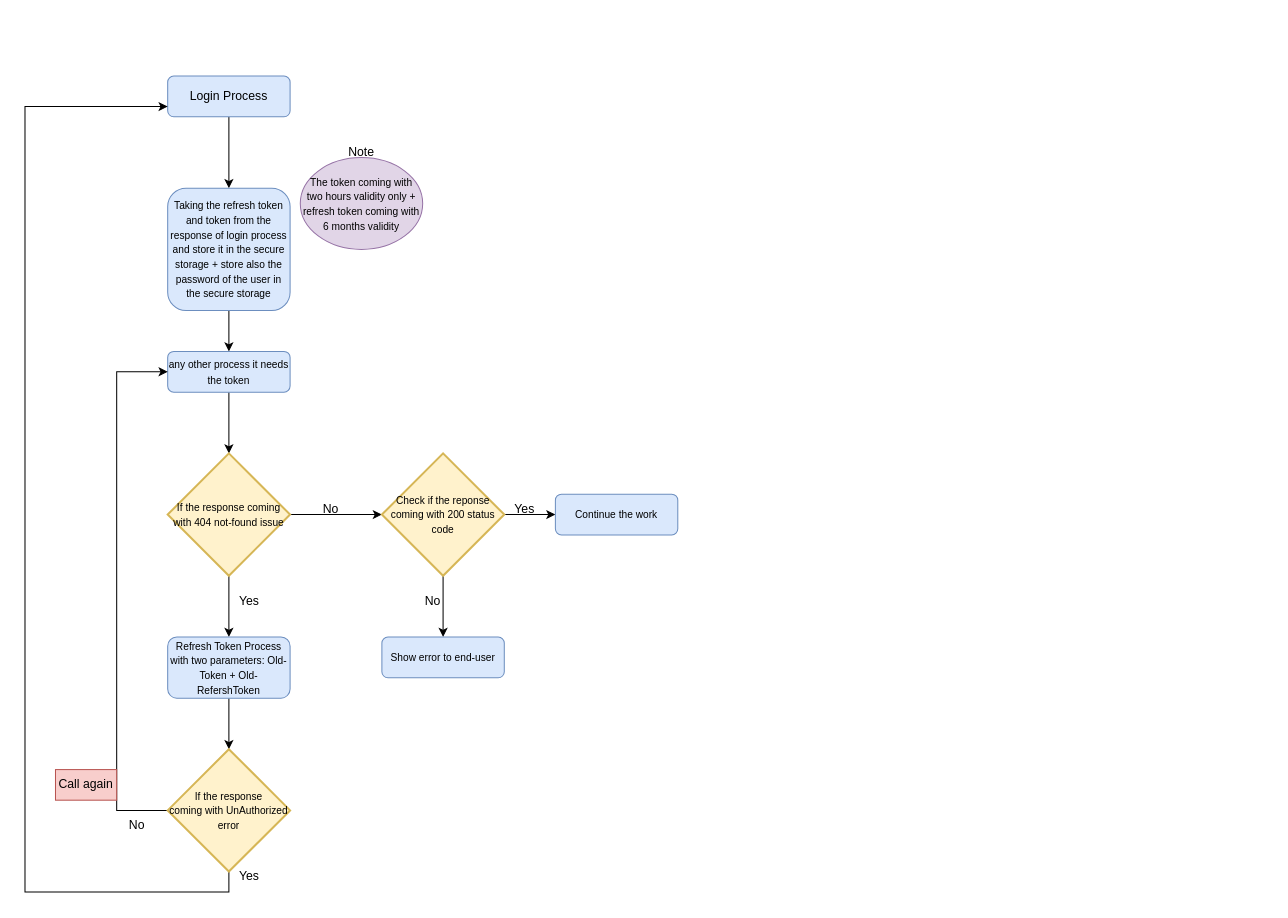
The draw.io diagram NLogAPI/Untitled Diagram.drawio in NadimAttar-developer/NLog, before the edit. Source tidied: cells renumbered, new cells numbered last; positions are measured from the earlier drawing's top-left corner, leaving out a move shared by most shapes. Both pictures are drawn from the tidied source at 102%, with x=0, y=0 at pixel (24, 75).
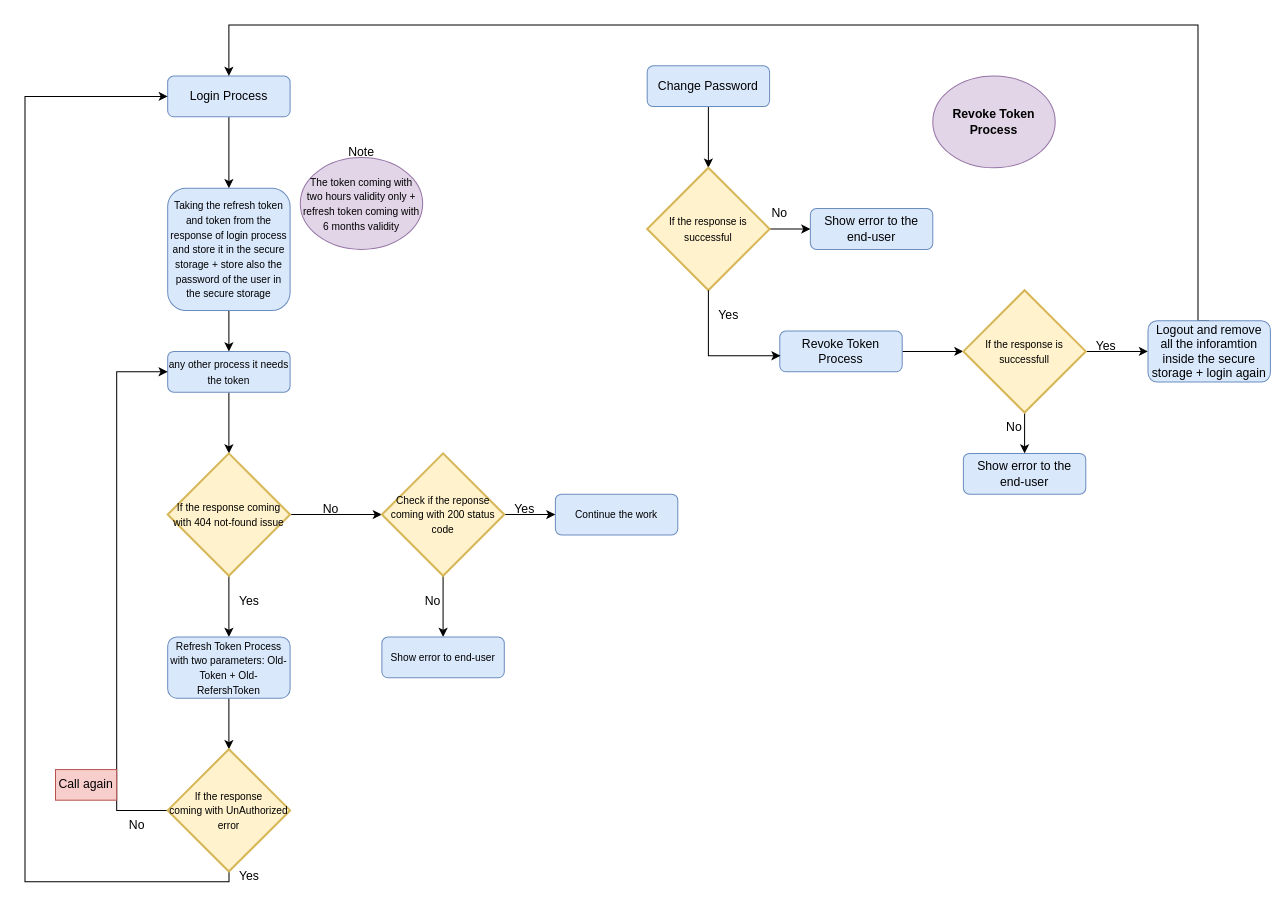
The same page after the edit.

Unchanged cells that the change refers to:
```xml
<mxCell id="3" value="Login Process" style="rounded=1;whiteSpace=wrap;html=1;fontSize=12;glass=0;strokeWidth=1;shadow=0;fillColor=#dae8fc;strokeColor=#6c8ebf;" parent="1" vertex="1">
  <mxGeometry x="139.9" width="120" height="40" as="geometry" />
</mxCell>
<mxCell id="25" value="&lt;font style=&quot;font-size: 10px;&quot;&gt;If the response &lt;br&gt;coming with UnAuthorized &lt;br&gt;error&lt;/font&gt;" style="strokeWidth=2;html=1;shape=mxgraph.flowchart.decision;whiteSpace=wrap;fillColor=#fff2cc;strokeColor=#d6b656;" parent="1" vertex="1">
  <mxGeometry x="139.9" y="660" width="120" height="120" as="geometry" />
</mxCell>
```

Change to the diagram source:
```diff
@@
-    <mxCell id="24" style="edgeStyle=orthogonalEdgeStyle;rounded=0;jettySize=auto;html=1;exitX=0.5;exitY=1;exitDx=0;exitDy=0;exitPerimeter=0;entryX=0;entryY=0.75;entryDx=0;entryDy=0;" parent="1" edge="1" source="25" target="3">
+    <mxCell id="24" style="edgeStyle=orthogonalEdgeStyle;rounded=0;orthogonalLoop=1;jettySize=auto;html=1;exitX=0.5;exitY=1;exitDx=0;exitDy=0;exitPerimeter=0;entryX=0;entryY=0.75;entryDx=0;entryDy=0;" parent="1" edge="1">
       <mxGeometry relative="1" as="geometry">
+        <mxPoint x="200" y="770" as="sourcePoint" />
+        <mxPoint x="140" y="20" as="targetPoint" />
         <Array as="points">
-          <mxPoint x="199.9" y="800" />
-          <mxPoint y="800" />
-          <mxPoint y="30" />
+          <mxPoint x="199.9" y="790" />
+          <mxPoint y="790" />
+          <mxPoint y="20" />
         </Array>
       </mxGeometry>
     </mxCell>
@@
+    <mxCell id="30" style="edgeStyle=orthogonalEdgeStyle;rounded=0;jettySize=auto;html=1;" parent="1" edge="1" source="31" target="33">
+      <mxGeometry relative="1" as="geometry" />
+    </mxCell>
+    <mxCell id="31" value="Change Password" style="rounded=1;whiteSpace=wrap;html=1;fontSize=12;glass=0;strokeWidth=1;shadow=0;fillColor=#dae8fc;strokeColor=#6c8ebf;" parent="1" vertex="1">
+      <mxGeometry x="610" y="-10" width="120" height="40" as="geometry" />
+    </mxCell>
+    <mxCell id="32" style="edgeStyle=orthogonalEdgeStyle;rounded=0;jettySize=auto;html=1;" parent="1" edge="1" source="33" target="37">
+      <mxGeometry relative="1" as="geometry" />
+    </mxCell>
+    <mxCell id="33" value="&lt;font style=&quot;font-size: 10px;&quot;&gt;If the response is successful&lt;/font&gt;" style="strokeWidth=2;html=1;shape=mxgraph.flowchart.decision;whiteSpace=wrap;fillColor=#fff2cc;strokeColor=#d6b656;" parent="1" vertex="1">
+      <mxGeometry x="610" y="90" width="120" height="120" as="geometry" />
+    </mxCell>
+    <mxCell id="34" style="edgeStyle=orthogonalEdgeStyle;rounded=0;jettySize=auto;html=1;" parent="1" edge="1" source="35" target="41">
+      <mxGeometry relative="1" as="geometry" />
+    </mxCell>
+    <mxCell id="35" value="Revoke Token Process" style="rounded=1;whiteSpace=wrap;html=1;fontSize=12;glass=0;strokeWidth=1;shadow=0;fillColor=#dae8fc;strokeColor=#6c8ebf;" parent="1" vertex="1">
+      <mxGeometry x="740" y="250" width="120" height="40" as="geometry" />
+    </mxCell>
+    <mxCell id="36" value="Yes" style="text;html=1;strokeColor=none;fillColor=none;align=center;verticalAlign=middle;whiteSpace=wrap;rounded=0;" parent="1" vertex="1">
+      <mxGeometry x="660" y="210" width="60" height="50" as="geometry" />
+    </mxCell>
+    <mxCell id="37" value="Show error to the end-user" style="rounded=1;whiteSpace=wrap;html=1;fontSize=12;glass=0;strokeWidth=1;shadow=0;fillColor=#dae8fc;strokeColor=#6c8ebf;" parent="1" vertex="1">
+      <mxGeometry x="770" y="130" width="120" height="40" as="geometry" />
+    </mxCell>
+    <mxCell id="38" style="edgeStyle=orthogonalEdgeStyle;rounded=0;jettySize=auto;html=1;exitX=0.5;exitY=1;exitDx=0;exitDy=0;exitPerimeter=0;entryX=0.006;entryY=0.608;entryDx=0;entryDy=0;entryPerimeter=0;" parent="1" edge="1" source="33" target="35">
+      <mxGeometry relative="1" as="geometry" />
+    </mxCell>
+    <mxCell id="39" style="edgeStyle=orthogonalEdgeStyle;rounded=0;jettySize=auto;html=1;" parent="1" edge="1" source="41" target="44">
+      <mxGeometry relative="1" as="geometry" />
+    </mxCell>
+    <mxCell id="40" style="edgeStyle=orthogonalEdgeStyle;rounded=0;jettySize=auto;html=1;" parent="1" edge="1" source="41" target="45">
+      <mxGeometry relative="1" as="geometry" />
+    </mxCell>
+    <mxCell id="41" value="&lt;span style=&quot;font-size: 10px;&quot;&gt;If the response is successfull&lt;/span&gt;" style="strokeWidth=2;html=1;shape=mxgraph.flowchart.decision;whiteSpace=wrap;fillColor=#fff2cc;strokeColor=#d6b656;" parent="1" vertex="1">
+      <mxGeometry x="920" y="210" width="120" height="120" as="geometry" />
+    </mxCell>
+    <mxCell id="42" value="No" style="text;html=1;strokeColor=none;fillColor=none;align=center;verticalAlign=middle;whiteSpace=wrap;rounded=0;" parent="1" vertex="1">
+      <mxGeometry x="710" y="110" width="60" height="50" as="geometry" />
+    </mxCell>
+    <mxCell id="43" style="edgeStyle=orthogonalEdgeStyle;rounded=0;jettySize=auto;html=1;exitX=0.5;exitY=0;exitDx=0;exitDy=0;entryX=0.5;entryY=0;entryDx=0;entryDy=0;" parent="1" edge="1" source="44" target="3">
+      <mxGeometry relative="1" as="geometry">
+        <Array as="points">
+          <mxPoint x="1150" y="240" />
+          <mxPoint x="1150" y="-50" />
+          <mxPoint x="200" y="-50" />
+        </Array>
+      </mxGeometry>
+    </mxCell>
+    <mxCell id="44" value="Logout and remove all the inforamtion inside the secure storage + login again" style="rounded=1;whiteSpace=wrap;html=1;fontSize=12;glass=0;strokeWidth=1;shadow=0;fillColor=#dae8fc;strokeColor=#6c8ebf;" parent="1" vertex="1">
+      <mxGeometry x="1101" y="240" width="120" height="60" as="geometry" />
+    </mxCell>
+    <mxCell id="45" value="Show error to the end-user" style="rounded=1;whiteSpace=wrap;html=1;fontSize=12;glass=0;strokeWidth=1;shadow=0;fillColor=#dae8fc;strokeColor=#6c8ebf;" parent="1" vertex="1">
+      <mxGeometry x="920" y="370" width="120" height="40" as="geometry" />
+    </mxCell>
+    <mxCell id="46" value="No" style="text;html=1;strokeColor=none;fillColor=none;align=center;verticalAlign=middle;whiteSpace=wrap;rounded=0;" parent="1" vertex="1">
+      <mxGeometry x="940" y="320" width="60" height="50" as="geometry" />
+    </mxCell>
+    <mxCell id="47" value="Yes" style="text;html=1;strokeColor=none;fillColor=none;align=center;verticalAlign=middle;whiteSpace=wrap;rounded=0;" parent="1" vertex="1">
+      <mxGeometry x="1030" y="240" width="60" height="50" as="geometry" />
+    </mxCell>
+    <mxCell id="48" value="&lt;font style=&quot;font-size: 12px;&quot;&gt;&lt;b&gt;Revoke Token Process&lt;/b&gt;&lt;/font&gt;" style="ellipse;whiteSpace=wrap;html=1;fillColor=#e1d5e7;strokeColor=#9673a6;" parent="1" vertex="1">
+      <mxGeometry x="890" width="120" height="90" as="geometry" />
+    </mxCell>
```
